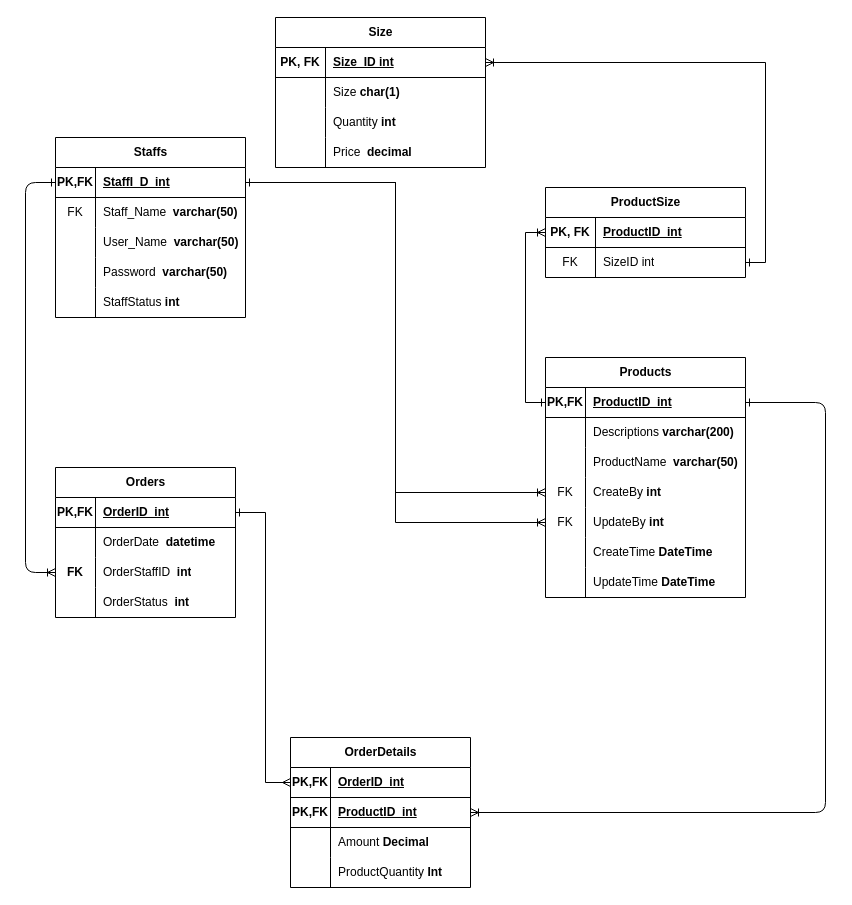
Above: page "ERDPhysic" (2 of 3) of Diagram/Entity_Relationship_Diagram/ERD1.drawio in NDuc-Dev/Project-1 (draw.io), before the change. Source tidied: cells renumbered, new cells numbered last; positions are measured from the earlier drawing's top-left corner, leaving out a move shared by most shapes. Both pictures are drawn from the tidied source at 100%, with x=0, y=0 at pixel (25, 17).
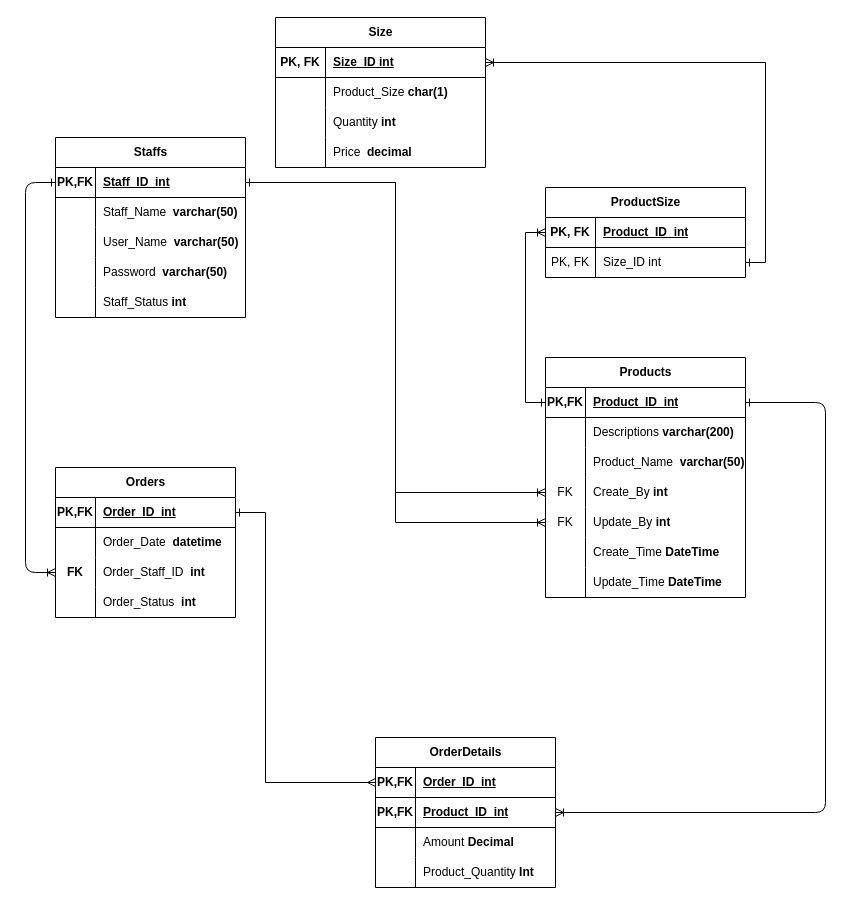
Above is the later version.

Unchanged cells that the change refers to:
```xml
<mxCell id="3" style="shape=tableRow;horizontal=0;startSize=0;swimlaneHead=0;swimlaneBody=0;fillColor=none;points=[[0,0.5],[1,0.5]];portConstraint=eastwest;top=0;left=0;right=0;bottom=1;" parent="2" vertex="1">
  <mxGeometry y="30" width="200" height="30" as="geometry" />
</mxCell>
<mxCell id="9" style="shape=tableRow;horizontal=0;startSize=0;swimlaneHead=0;swimlaneBody=0;fillColor=none;top=0;left=0;right=0;bottom=0;" parent="2" vertex="1">
  <mxGeometry y="90" width="200" height="30" as="geometry" />
</mxCell>
<mxCell id="12" style="shape=tableRow;horizontal=0;startSize=0;swimlaneHead=0;swimlaneBody=0;fillColor=none;points=[[0,0.5],[1,0.5]];portConstraint=eastwest;top=0;left=0;right=0;bottom=0;" parent="2" vertex="1">
  <mxGeometry y="120" width="200" height="30" as="geometry" />
</mxCell>
<mxCell id="15" style="shape=tableRow;horizontal=0;startSize=0;swimlaneHead=0;swimlaneBody=0;fillColor=none;points=[[0,0.5],[1,0.5]];portConstraint=eastwest;top=0;left=0;right=0;bottom=0;" parent="2" vertex="1">
  <mxGeometry y="150" width="200" height="30" as="geometry" />
</mxCell>
<mxCell id="18" style="shape=tableRow;horizontal=0;startSize=0;swimlaneHead=0;swimlaneBody=0;fillColor=none;top=0;left=0;right=0;bottom=0;" parent="2" vertex="1">
  <mxGeometry y="180" width="200" height="30" as="geometry" />
</mxCell>
<mxCell id="21" style="shape=tableRow;horizontal=0;startSize=0;swimlaneHead=0;swimlaneBody=0;fillColor=none;top=0;left=0;right=0;bottom=0;" parent="2" vertex="1">
  <mxGeometry y="210" width="200" height="30" as="geometry" />
</mxCell>
<mxCell id="25" style="shape=tableRow;horizontal=0;startSize=0;swimlaneHead=0;swimlaneBody=0;fillColor=none;points=[[0,0.5],[1,0.5]];portConstraint=eastwest;top=0;left=0;right=0;bottom=1;" parent="24" vertex="1">
  <mxGeometry y="30" width="190" height="30" as="geometry" />
</mxCell>
<mxCell id="28" style="shape=tableRow;horizontal=0;startSize=0;swimlaneHead=0;swimlaneBody=0;fillColor=none;top=0;left=0;right=0;bottom=0;" parent="24" vertex="1">
  <mxGeometry y="60" width="190" height="30" as="geometry" />
</mxCell>
<mxCell id="37" style="shape=tableRow;horizontal=0;startSize=0;swimlaneHead=0;swimlaneBody=0;fillColor=none;top=0;left=0;right=0;bottom=0;" parent="24" vertex="1">
  <mxGeometry y="150" width="190" height="30" as="geometry" />
</mxCell>
<mxCell id="41" style="shape=tableRow;horizontal=0;startSize=0;swimlaneHead=0;swimlaneBody=0;fillColor=none;points=[[0,0.5],[1,0.5]];portConstraint=eastwest;top=0;left=0;right=0;bottom=1;" parent="40" vertex="1">
  <mxGeometry y="30" width="180" height="30" as="geometry" />
</mxCell>
<mxCell id="44" style="shape=tableRow;horizontal=0;startSize=0;swimlaneHead=0;swimlaneBody=0;fillColor=none;top=0;left=0;right=0;bottom=0;" parent="40" vertex="1">
  <mxGeometry y="60" width="180" height="30" as="geometry" />
</mxCell>
<mxCell id="47" style="shape=tableRow;horizontal=0;startSize=0;swimlaneHead=0;swimlaneBody=0;fillColor=none;points=[[0,0.5],[1,0.5]];portConstraint=eastwest;top=0;left=0;right=0;bottom=0;" parent="40" vertex="1">
  <mxGeometry y="90" width="180" height="30" as="geometry" />
</mxCell>
<mxCell id="50" style="shape=tableRow;horizontal=0;startSize=0;swimlaneHead=0;swimlaneBody=0;fillColor=none;top=0;left=0;right=0;bottom=0;" parent="40" vertex="1">
  <mxGeometry y="120" width="180" height="30" as="geometry" />
</mxCell>
<mxCell id="54" style="shape=tableRow;horizontal=0;startSize=0;swimlaneHead=0;swimlaneBody=0;fillColor=none;points=[[0,0.5],[1,0.5]];portConstraint=eastwest;top=0;left=0;right=0;bottom=1;" parent="53" vertex="1">
  <mxGeometry y="30" width="180" height="30" as="geometry" />
</mxCell>
<mxCell id="57" style="shape=tableRow;horizontal=0;startSize=0;swimlaneHead=0;swimlaneBody=0;fillColor=none;points=[[0,0.5],[1,0.5]];portConstraint=eastwest;top=0;left=0;right=0;bottom=1;" parent="53" vertex="1">
  <mxGeometry y="60" width="180" height="30" as="geometry" />
</mxCell>
<mxCell id="63" style="shape=tableRow;horizontal=0;startSize=0;swimlaneHead=0;swimlaneBody=0;fillColor=none;top=0;left=0;right=0;bottom=0;" parent="53" vertex="1">
  <mxGeometry y="120" width="180" height="30" as="geometry" />
</mxCell>
<mxCell id="71" style="shape=tableRow;horizontal=0;startSize=0;swimlaneHead=0;swimlaneBody=0;fillColor=none;top=0;left=0;right=0;bottom=0;" parent="67" vertex="1">
  <mxGeometry y="60" width="210" height="30" as="geometry" />
</mxCell>
<mxCell id="83" style="shape=tableRow;horizontal=0;startSize=0;swimlaneHead=0;swimlaneBody=0;fillColor=none;points=[[0,0.5],[1,0.5]];portConstraint=eastwest;top=0;left=0;right=0;bottom=1;" parent="82" vertex="1">
  <mxGeometry y="30" width="200" height="30" as="geometry" />
</mxCell>
<mxCell id="86" style="shape=tableRow;horizontal=0;startSize=0;swimlaneHead=0;swimlaneBody=0;fillColor=none;points=[[0,0.5],[1,0.5]];portConstraint=eastwest;top=0;left=0;right=0;bottom=0;" parent="82" vertex="1">
  <mxGeometry y="60" width="200" height="30" as="geometry" />
</mxCell>
```

The edit, as a diff of the source:
```diff
@@
-    <mxCell id="5" value="ProductID&amp;nbsp; int" style="shape=partialRectangle;fillColor=none;top=0;left=0;bottom=0;right=0;align=left;spacingLeft=6;fontStyle=5;overflow=hidden;whiteSpace=wrap;html=1;" parent="3" vertex="1">
+    <mxCell id="5" value="Product_ID&amp;nbsp; int" style="shape=partialRectangle;fillColor=none;top=0;left=0;bottom=0;right=0;align=left;spacingLeft=6;fontStyle=5;overflow=hidden;whiteSpace=wrap;html=1;" parent="3" vertex="1">
       <mxGeometry x="40" width="160" height="30" as="geometry" />
     </mxCell>
@@
-    <mxCell id="11" value="ProductName&amp;nbsp;&lt;b&gt;&amp;nbsp;varchar(50)&lt;/b&gt;" style="shape=partialRectangle;fillColor=none;top=0;left=0;bottom=0;right=0;align=left;spacingLeft=6;overflow=hidden;whiteSpace=wrap;html=1;" parent="9" vertex="1">
+    <mxCell id="11" value="Product_Name&amp;nbsp;&lt;b&gt;&amp;nbsp;varchar(50)&lt;/b&gt;" style="shape=partialRectangle;fillColor=none;top=0;left=0;bottom=0;right=0;align=left;spacingLeft=6;overflow=hidden;whiteSpace=wrap;html=1;" parent="9" vertex="1">
       <mxGeometry x="40" width="160" height="30" as="geometry" />
     </mxCell>
@@
-    <mxCell id="14" value="CreateBy &lt;b&gt;int&lt;/b&gt;" style="shape=partialRectangle;fillColor=none;top=0;left=0;bottom=0;right=0;align=left;spacingLeft=6;overflow=hidden;whiteSpace=wrap;html=1;" parent="12" vertex="1">
+    <mxCell id="14" value="Create_By &lt;b&gt;int&lt;/b&gt;" style="shape=partialRectangle;fillColor=none;top=0;left=0;bottom=0;right=0;align=left;spacingLeft=6;overflow=hidden;whiteSpace=wrap;html=1;" parent="12" vertex="1">
       <mxGeometry x="40" width="160" height="30" as="geometry" />
     </mxCell>
@@
-    <mxCell id="17" value="UpdateBy &lt;b&gt;int&lt;/b&gt;" style="shape=partialRectangle;fillColor=none;top=0;left=0;bottom=0;right=0;align=left;spacingLeft=6;overflow=hidden;whiteSpace=wrap;html=1;" parent="15" vertex="1">
+    <mxCell id="17" value="Update_By &lt;b&gt;int&lt;/b&gt;" style="shape=partialRectangle;fillColor=none;top=0;left=0;bottom=0;right=0;align=left;spacingLeft=6;overflow=hidden;whiteSpace=wrap;html=1;" parent="15" vertex="1">
       <mxGeometry x="40" width="160" height="30" as="geometry" />
     </mxCell>
@@
-    <mxCell id="20" value="CreateTime &lt;b&gt;DateTime&lt;/b&gt;" style="shape=partialRectangle;fillColor=none;top=0;left=0;bottom=0;right=0;align=left;spacingLeft=6;overflow=hidden;whiteSpace=wrap;html=1;" parent="18" vertex="1">
+    <mxCell id="20" value="Create_Time &lt;b&gt;DateTime&lt;/b&gt;" style="shape=partialRectangle;fillColor=none;top=0;left=0;bottom=0;right=0;align=left;spacingLeft=6;overflow=hidden;whiteSpace=wrap;html=1;" parent="18" vertex="1">
       <mxGeometry x="40" width="160" height="30" as="geometry" />
     </mxCell>
@@
-    <mxCell id="23" value="UpdateTime &lt;b&gt;DateTime&lt;/b&gt;" style="shape=partialRectangle;fillColor=none;top=0;left=0;bottom=0;right=0;align=left;spacingLeft=6;overflow=hidden;whiteSpace=wrap;html=1;" parent="21" vertex="1">
+    <mxCell id="23" value="Update_Time &lt;b&gt;DateTime&lt;/b&gt;" style="shape=partialRectangle;fillColor=none;top=0;left=0;bottom=0;right=0;align=left;spacingLeft=6;overflow=hidden;whiteSpace=wrap;html=1;" parent="21" vertex="1">
       <mxGeometry x="40" width="160" height="30" as="geometry" />
     </mxCell>
@@
-    <mxCell id="27" value="StaffI_D&amp;nbsp; int" style="shape=partialRectangle;fillColor=none;top=0;left=0;bottom=0;right=0;align=left;spacingLeft=6;fontStyle=5;overflow=hidden;whiteSpace=wrap;html=1;" parent="25" vertex="1">
+    <mxCell id="27" value="Staff_ID&amp;nbsp; int" style="shape=partialRectangle;fillColor=none;top=0;left=0;bottom=0;right=0;align=left;spacingLeft=6;fontStyle=5;overflow=hidden;whiteSpace=wrap;html=1;" parent="25" vertex="1">
       <mxGeometry x="40" width="150" height="30" as="geometry" />
     </mxCell>
@@
-    <mxCell id="29" value="FK" style="shape=partialRectangle;fillColor=none;top=0;left=0;bottom=0;right=0;overflow=hidden;whiteSpace=wrap;html=1;" parent="28" vertex="1">
+    <mxCell id="29" style="shape=partialRectangle;fillColor=none;top=0;left=0;bottom=0;right=0;overflow=hidden;whiteSpace=wrap;html=1;" parent="28" vertex="1">
       <mxGeometry width="40" height="30" as="geometry" />
     </mxCell>
@@
-    <mxCell id="39" value="StaffStatus &lt;b&gt;int&lt;/b&gt;" style="shape=partialRectangle;fillColor=none;top=0;left=0;bottom=0;right=0;align=left;spacingLeft=6;overflow=hidden;whiteSpace=wrap;html=1;" parent="37" vertex="1">
+    <mxCell id="39" value="Staff_Status &lt;b&gt;int&lt;/b&gt;" style="shape=partialRectangle;fillColor=none;top=0;left=0;bottom=0;right=0;align=left;spacingLeft=6;overflow=hidden;whiteSpace=wrap;html=1;" parent="37" vertex="1">
       <mxGeometry x="40" width="150" height="30" as="geometry" />
     </mxCell>
@@
-    <mxCell id="43" value="OrderID&amp;nbsp; int" style="shape=partialRectangle;fillColor=none;top=0;left=0;bottom=0;right=0;align=left;spacingLeft=6;fontStyle=5;overflow=hidden;whiteSpace=wrap;html=1;" parent="41" vertex="1">
+    <mxCell id="43" value="Order_ID&amp;nbsp; int" style="shape=partialRectangle;fillColor=none;top=0;left=0;bottom=0;right=0;align=left;spacingLeft=6;fontStyle=5;overflow=hidden;whiteSpace=wrap;html=1;" parent="41" vertex="1">
       <mxGeometry x="40" width="140" height="30" as="geometry" />
     </mxCell>
@@
-    <mxCell id="46" value="OrderDate&amp;nbsp; &lt;b&gt;datetime&lt;/b&gt;" style="shape=partialRectangle;fillColor=none;top=0;left=0;bottom=0;right=0;align=left;spacingLeft=6;overflow=hidden;whiteSpace=wrap;html=1;" parent="44" vertex="1">
+    <mxCell id="46" value="Order_Date&amp;nbsp; &lt;b&gt;datetime&lt;/b&gt;" style="shape=partialRectangle;fillColor=none;top=0;left=0;bottom=0;right=0;align=left;spacingLeft=6;overflow=hidden;whiteSpace=wrap;html=1;" parent="44" vertex="1">
       <mxGeometry x="40" width="140" height="30" as="geometry" />
     </mxCell>
@@
-    <mxCell id="49" value="OrderStaffID&amp;nbsp; &lt;b&gt;int&lt;/b&gt;" style="shape=partialRectangle;fillColor=none;top=0;left=0;bottom=0;right=0;align=left;spacingLeft=6;overflow=hidden;whiteSpace=wrap;html=1;" parent="47" vertex="1">
+    <mxCell id="49" value="Order_Staff_ID&amp;nbsp; &lt;b&gt;int&lt;/b&gt;" style="shape=partialRectangle;fillColor=none;top=0;left=0;bottom=0;right=0;align=left;spacingLeft=6;overflow=hidden;whiteSpace=wrap;html=1;" parent="47" vertex="1">
       <mxGeometry x="40" width="140" height="30" as="geometry" />
     </mxCell>
@@
-    <mxCell id="52" value="OrderStatus&amp;nbsp; &lt;b&gt;int&lt;/b&gt;" style="shape=partialRectangle;fillColor=none;top=0;left=0;bottom=0;right=0;align=left;spacingLeft=6;overflow=hidden;whiteSpace=wrap;html=1;" parent="50" vertex="1">
+    <mxCell id="52" value="Order_Status&amp;nbsp; &lt;b&gt;int&lt;/b&gt;" style="shape=partialRectangle;fillColor=none;top=0;left=0;bottom=0;right=0;align=left;spacingLeft=6;overflow=hidden;whiteSpace=wrap;html=1;" parent="50" vertex="1">
       <mxGeometry x="40" width="140" height="30" as="geometry" />
     </mxCell>
     <mxCell id="53" value="OrderDetails" style="shape=table;startSize=30;childLayout=tableLayout;rowLines=0;fontStyle=1;align=center;html=1;" parent="1" vertex="1">
-      <mxGeometry x="265" y="720" width="180" height="150" as="geometry" />
+      <mxGeometry x="350" y="720" width="180" height="150" as="geometry" />
     </mxCell>
@@
-    <mxCell id="56" value="OrderID&amp;nbsp; int" style="shape=partialRectangle;fillColor=none;top=0;left=0;bottom=0;right=0;align=left;spacingLeft=6;fontStyle=5;overflow=hidden;whiteSpace=wrap;html=1;" parent="54" vertex="1">
+    <mxCell id="56" value="Order_ID&amp;nbsp; int" style="shape=partialRectangle;fillColor=none;top=0;left=0;bottom=0;right=0;align=left;spacingLeft=6;fontStyle=5;overflow=hidden;whiteSpace=wrap;html=1;" parent="54" vertex="1">
       <mxGeometry x="40" width="140" height="30" as="geometry" />
     </mxCell>
@@
-    <mxCell id="59" value="ProductID&amp;nbsp; int" style="shape=partialRectangle;fillColor=none;top=0;left=0;bottom=0;right=0;align=left;spacingLeft=6;fontStyle=5;overflow=hidden;whiteSpace=wrap;html=1;" parent="57" vertex="1">
+    <mxCell id="59" value="Product_ID&amp;nbsp; int" style="shape=partialRectangle;fillColor=none;top=0;left=0;bottom=0;right=0;align=left;spacingLeft=6;fontStyle=5;overflow=hidden;whiteSpace=wrap;html=1;" parent="57" vertex="1">
       <mxGeometry x="40" width="140" height="30" as="geometry" />
     </mxCell>
@@
-    <mxCell id="65" value="ProductQuantity&lt;b&gt;&amp;nbsp;Int&lt;/b&gt;" style="shape=partialRectangle;fillColor=none;top=0;left=0;bottom=0;right=0;align=left;spacingLeft=6;overflow=hidden;whiteSpace=wrap;html=1;" parent="63" vertex="1">
+    <mxCell id="65" value="Product_Quantity&lt;b&gt;&amp;nbsp;Int&lt;/b&gt;" style="shape=partialRectangle;fillColor=none;top=0;left=0;bottom=0;right=0;align=left;spacingLeft=6;overflow=hidden;whiteSpace=wrap;html=1;" parent="63" vertex="1">
       <mxGeometry x="40" width="140" height="30" as="geometry" />
     </mxCell>
@@
-    <mxCell id="73" value="Size &lt;b&gt;char(1)&lt;/b&gt;" style="shape=partialRectangle;fillColor=none;top=0;left=0;bottom=0;right=0;align=left;spacingLeft=6;overflow=hidden;whiteSpace=wrap;html=1;" parent="71" vertex="1">
+    <mxCell id="73" value="Product_Size &lt;b&gt;char(1)&lt;/b&gt;" style="shape=partialRectangle;fillColor=none;top=0;left=0;bottom=0;right=0;align=left;spacingLeft=6;overflow=hidden;whiteSpace=wrap;html=1;" parent="71" vertex="1">
       <mxGeometry x="50" width="160" height="30" as="geometry" />
     </mxCell>
@@
-    <mxCell id="85" value="ProductID&amp;nbsp; int" style="shape=partialRectangle;fillColor=none;top=0;left=0;bottom=0;right=0;align=left;spacingLeft=6;fontStyle=5;overflow=hidden;whiteSpace=wrap;html=1;" parent="83" vertex="1">
+    <mxCell id="85" value="Product_ID&amp;nbsp; int" style="shape=partialRectangle;fillColor=none;top=0;left=0;bottom=0;right=0;align=left;spacingLeft=6;fontStyle=5;overflow=hidden;whiteSpace=wrap;html=1;" parent="83" vertex="1">
       <mxGeometry x="50" width="150" height="30" as="geometry" />
     </mxCell>
@@
-    <mxCell id="87" value="FK" style="shape=partialRectangle;fillColor=none;top=0;left=0;bottom=0;right=0;overflow=hidden;whiteSpace=wrap;html=1;" parent="86" vertex="1">
+    <mxCell id="87" value="PK, FK" style="shape=partialRectangle;fillColor=none;top=0;left=0;bottom=0;right=0;overflow=hidden;whiteSpace=wrap;html=1;" parent="86" vertex="1">
       <mxGeometry width="50" height="30" as="geometry" />
     </mxCell>
-    <mxCell id="88" value="SizeID int" style="shape=partialRectangle;fillColor=none;top=0;left=0;bottom=0;right=0;align=left;spacingLeft=6;overflow=hidden;whiteSpace=wrap;html=1;" parent="86" vertex="1">
+    <mxCell id="88" value="Size_ID int" style="shape=partialRectangle;fillColor=none;top=0;left=0;bottom=0;right=0;align=left;spacingLeft=6;overflow=hidden;whiteSpace=wrap;html=1;" parent="86" vertex="1">
       <mxGeometry x="50" width="150" height="30" as="geometry" />
     </mxCell>
```
